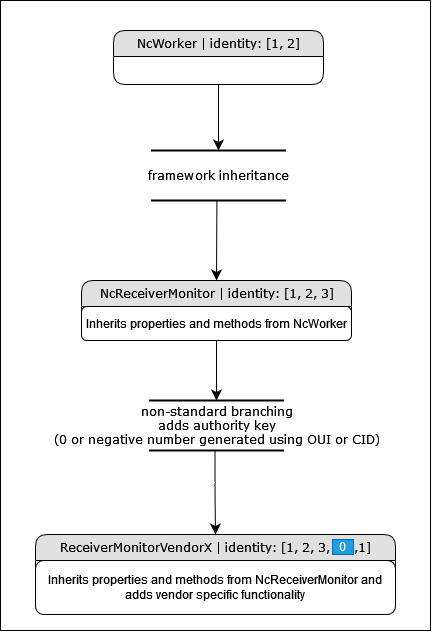
Above: docs/images/non-standard-branching.png in AMWA-TV/info-006 (draw.io), before the change. Source tidied: cells renumbered, new cells last; positions are measured from the earlier drawing's top-left corner, leaving out a move shared by most shapes.
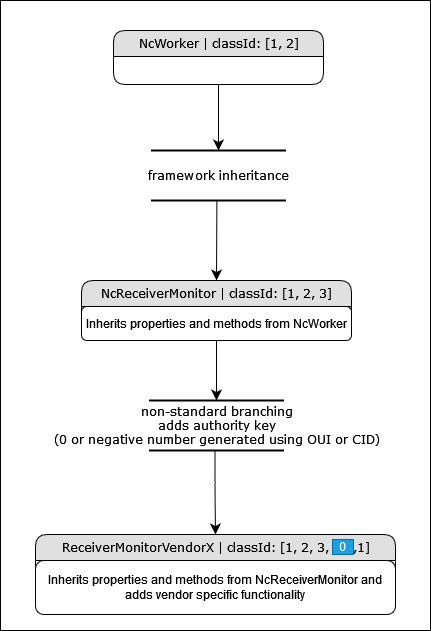
After the change.

What changed in the source:
```diff
@@ -5,13 +5,13 @@
     <mxCell id="2" style="rounded=0;whiteSpace=wrap;html=1;" parent="1" vertex="1">
       <mxGeometry width="430" height="630" as="geometry" />
     </mxCell>
-    <mxCell id="3" value="NcReceiverMonitor | identity:  [1, 2, 3]" style="swimlane;html=1;fontStyle=0;horizontal=1;startSize=26;fillColor=#e0e0e0;swimlaneFillColor=#ffffff;align=center;rounded=1;shadow=0;comic=0;labelBackgroundColor=none;strokeWidth=1;fontFamily=Verdana;fontSize=12;" parent="1" vertex="1">
+    <mxCell id="3" value="NcReceiverMonitor |&amp;nbsp;classId:  [1, 2, 3]" style="swimlane;html=1;fontStyle=0;horizontal=1;startSize=26;fillColor=#e0e0e0;swimlaneFillColor=#ffffff;align=center;rounded=1;shadow=0;comic=0;labelBackgroundColor=none;strokeWidth=1;fontFamily=Verdana;fontSize=12;" parent="1" vertex="1">
       <mxGeometry x="81" y="280" width="270" height="60" as="geometry" />
     </mxCell>
     <mxCell id="4" value="Inherits properties and methods from NcWorker" style="rounded=1;whiteSpace=wrap;html=1;" parent="3" vertex="1">
       <mxGeometry y="26" width="270" height="34" as="geometry" />
     </mxCell>
-    <mxCell id="5" value="ReceiverMonitorVendorX | identity:   [1, 2, 3,&amp;nbsp;&amp;nbsp;&amp;nbsp;&amp;nbsp;&amp;nbsp; ,1]" style="swimlane;html=1;fontStyle=0;horizontal=1;startSize=26;fillColor=#e0e0e0;swimlaneFillColor=#ffffff;align=center;rounded=1;shadow=0;comic=0;labelBackgroundColor=none;strokeWidth=1;fontFamily=Verdana;fontSize=12;" parent="1" vertex="1">
+    <mxCell id="5" value="ReceiverMonitorVendorX |&amp;nbsp;classId:   [1, 2, 3,&amp;nbsp;&amp;nbsp;&amp;nbsp;&amp;nbsp;&amp;nbsp; ,1]" style="swimlane;html=1;fontStyle=0;horizontal=1;startSize=26;fillColor=#e0e0e0;swimlaneFillColor=#ffffff;align=center;rounded=1;shadow=0;comic=0;labelBackgroundColor=none;strokeWidth=1;fontFamily=Verdana;fontSize=12;" parent="1" vertex="1">
       <mxGeometry x="35" y="534" width="360" height="80" as="geometry" />
     </mxCell>
     <mxCell id="6" value="&lt;div&gt;Inherits properties and methods from NcReceiverMonitor and&lt;/div&gt;&lt;div&gt;adds vendor specific functionality&lt;br&gt;&lt;/div&gt;" style="rounded=1;whiteSpace=wrap;html=1;" parent="5" vertex="1">
@@ -33,7 +33,7 @@
     <mxCell id="10" value="0" style="rounded=0;whiteSpace=wrap;html=1;strokeColor=#006EAF;fillColor=#1ba1e2;fontColor=#ffffff;verticalAlign=bottom;horizontal=1;spacingTop=0;spacing=0;" parent="1" vertex="1">
       <mxGeometry x="332" y="539" width="21" height="15" as="geometry" />
     </mxCell>
-    <mxCell id="11" value="NcWorker | identity: [1, 2]" style="swimlane;html=1;fontStyle=0;horizontal=1;startSize=26;fillColor=#e0e0e0;swimlaneFillColor=#ffffff;align=center;rounded=1;shadow=0;comic=0;labelBackgroundColor=none;strokeWidth=1;fontFamily=Verdana;fontSize=12;" parent="1" vertex="1">
+    <mxCell id="11" value="NcWorker | classId: [1, 2]" style="swimlane;html=1;fontStyle=0;horizontal=1;startSize=26;fillColor=#e0e0e0;swimlaneFillColor=#ffffff;align=center;rounded=1;shadow=0;comic=0;labelBackgroundColor=none;strokeWidth=1;fontFamily=Verdana;fontSize=12;" parent="1" vertex="1">
       <mxGeometry x="113" y="30" width="210" height="54" as="geometry" />
     </mxCell>
     <mxCell id="12" value="framework inheritance" style="html=1;rounded=0;shadow=0;comic=0;labelBackgroundColor=none;strokeWidth=2;fontFamily=Verdana;fontSize=12;align=center;shape=mxgraph.ios7ui.horLines;" parent="1" vertex="1">
```
